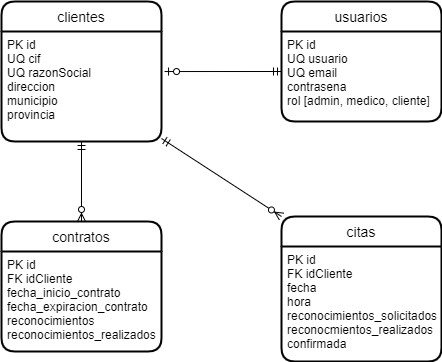
The draw.io diagram drawio/relacional.png in rubenfgr/gestion-citas-medicas, before a commit. Source tidied: cells renumbered, new cells last; positions are measured from the earlier drawing's top-left corner, leaving out a move shared by most shapes. Source of this version:
```xml
<mxGraphModel>
  <root>
    <mxCell id="0" />
    <mxCell id="1" parent="0" />
    <mxCell id="2" value="clientes" style="swimlane;horizontal=1;startSize=30;rounded=1;fontSize=14;fontStyle=0;strokeWidth=2;shadow=0;dashed=0;align=center;" parent="1" vertex="1">
      <mxGeometry width="160" height="140" as="geometry" />
    </mxCell>
    <mxCell id="3" value="PK id&#10;UQ cif&#10;UQ razonSocial&#10;direccion&#10;municipio&#10;provincia" style="align=left;strokeColor=none;fillColor=none;spacingLeft=4;fontSize=12;verticalAlign=top;" parent="2" vertex="1">
      <mxGeometry y="30" width="160" height="110" as="geometry" />
    </mxCell>
    <mxCell id="4" style="edgeStyle=orthogonalEdgeStyle;rounded=0;jettySize=auto;html=1;entryX=1.019;entryY=0.364;entryDx=0;entryDy=0;startArrow=ERmandOne;startFill=0;endArrow=ERzeroToOne;endFill=1;entryPerimeter=0;" parent="1" edge="1" target="3">
      <mxGeometry relative="1" as="geometry">
        <mxPoint x="280" y="70" as="sourcePoint" />
      </mxGeometry>
    </mxCell>
    <mxCell id="5" value="usuarios" style="swimlane;horizontal=1;startSize=30;rounded=1;fontSize=14;fontStyle=0;strokeWidth=2;shadow=0;dashed=0;align=center;" parent="1" vertex="1">
      <mxGeometry x="280" width="160" height="120" as="geometry" />
    </mxCell>
    <mxCell id="6" value="PK id&#10;UQ usuario&#10;UQ email&#10;contrasena&#10;rol [admin, medico, cliente]" style="align=left;strokeColor=none;fillColor=none;spacingLeft=4;fontSize=12;verticalAlign=top;" parent="5" vertex="1">
      <mxGeometry y="30" width="160" height="90" as="geometry" />
    </mxCell>
    <mxCell id="7" value="contratos" style="swimlane;horizontal=1;startSize=30;rounded=1;fontSize=14;fontStyle=0;strokeWidth=2;shadow=0;dashed=0;align=center;" parent="1" vertex="1">
      <mxGeometry y="220" width="160" height="130" as="geometry" />
    </mxCell>
    <mxCell id="8" value="PK id&#10;FK idCliente&#10;fecha_inicio_contrato&#10;fecha_expiracion_contrato&#10;reconocimientos&#10;reconocimientos_realizados" style="align=left;strokeColor=none;fillColor=none;spacingLeft=4;fontSize=12;verticalAlign=top;" parent="7" vertex="1">
      <mxGeometry y="30" width="160" height="100" as="geometry" />
    </mxCell>
    <mxCell id="9" style="edgeStyle=orthogonalEdgeStyle;rounded=0;jettySize=auto;html=1;entryX=0.5;entryY=0;entryDx=0;entryDy=0;startArrow=ERmandOne;startFill=0;endArrow=ERzeroToMany;endFill=1;" parent="1" edge="1" source="3" target="7">
      <mxGeometry relative="1" as="geometry" />
    </mxCell>
    <mxCell id="10" value="citas" style="swimlane;horizontal=1;startSize=30;rounded=1;fontSize=14;fontStyle=0;strokeWidth=2;shadow=0;dashed=0;align=center;" parent="1" vertex="1">
      <mxGeometry x="280" y="215" width="160" height="145" as="geometry" />
    </mxCell>
    <mxCell id="11" value="PK id&#10;FK idCliente&#10;fecha&#10;hora&#10;reconocimientos_solicitados&#10;reconocmientos_realizados&#10;confirmada" style="align=left;strokeColor=none;fillColor=none;spacingLeft=4;fontSize=12;verticalAlign=top;" parent="10" vertex="1">
      <mxGeometry y="30" width="160" height="115" as="geometry" />
    </mxCell>
    <mxCell id="12" style="rounded=0;jettySize=auto;html=1;entryX=0;entryY=0;entryDx=0;entryDy=0;startArrow=ERmandOne;startFill=0;endArrow=ERzeroToMany;endFill=1;" parent="1" edge="1" source="3" target="10">
      <mxGeometry relative="1" as="geometry" />
    </mxCell>
  </root>
</mxGraphModel>
```
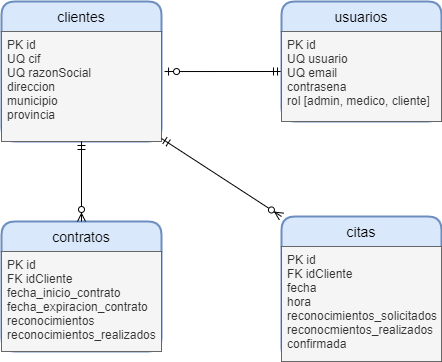
After the change.

Diff of the diagram source:
```diff
@@ -2,10 +2,10 @@
   <root>
     <mxCell id="0" />
     <mxCell id="1" parent="0" />
-    <mxCell id="2" value="clientes" style="swimlane;horizontal=1;startSize=30;rounded=1;fontSize=14;fontStyle=0;strokeWidth=2;shadow=0;dashed=0;align=center;" parent="1" vertex="1">
+    <mxCell id="2" value="clientes" style="swimlane;horizontal=1;startSize=30;rounded=1;fontSize=14;fontStyle=0;strokeWidth=2;shadow=0;dashed=0;align=center;swimlaneLine=0;fillColor=#dae8fc;strokeColor=#6c8ebf;" parent="1" vertex="1">
       <mxGeometry width="160" height="140" as="geometry" />
     </mxCell>
-    <mxCell id="3" value="PK id&#10;UQ cif&#10;UQ razonSocial&#10;direccion&#10;municipio&#10;provincia" style="align=left;strokeColor=none;fillColor=none;spacingLeft=4;fontSize=12;verticalAlign=top;" parent="2" vertex="1">
+    <mxCell id="3" value="PK id&#10;UQ cif&#10;UQ razonSocial&#10;direccion&#10;municipio&#10;provincia" style="align=left;spacingLeft=4;fontSize=12;verticalAlign=top;fillColor=#f5f5f5;strokeColor=#666666;fontColor=#333333;" parent="2" vertex="1">
       <mxGeometry y="30" width="160" height="110" as="geometry" />
     </mxCell>
     <mxCell id="4" style="edgeStyle=orthogonalEdgeStyle;rounded=0;jettySize=auto;html=1;entryX=1.019;entryY=0.364;entryDx=0;entryDy=0;startArrow=ERmandOne;startFill=0;endArrow=ERzeroToOne;endFill=1;entryPerimeter=0;" parent="1" edge="1" target="3">
@@ -13,25 +13,25 @@
         <mxPoint x="280" y="70" as="sourcePoint" />
       </mxGeometry>
     </mxCell>
-    <mxCell id="5" value="usuarios" style="swimlane;horizontal=1;startSize=30;rounded=1;fontSize=14;fontStyle=0;strokeWidth=2;shadow=0;dashed=0;align=center;" parent="1" vertex="1">
+    <mxCell id="5" value="usuarios" style="swimlane;horizontal=1;startSize=30;rounded=1;fontSize=14;fontStyle=0;strokeWidth=2;shadow=0;dashed=0;align=center;fillColor=#dae8fc;strokeColor=#6c8ebf;swimlaneLine=0;" parent="1" vertex="1">
       <mxGeometry x="280" width="160" height="120" as="geometry" />
     </mxCell>
-    <mxCell id="6" value="PK id&#10;UQ usuario&#10;UQ email&#10;contrasena&#10;rol [admin, medico, cliente]" style="align=left;strokeColor=none;fillColor=none;spacingLeft=4;fontSize=12;verticalAlign=top;" parent="5" vertex="1">
+    <mxCell id="6" value="PK id&#10;UQ usuario&#10;UQ email&#10;contrasena&#10;rol [admin, medico, cliente]" style="align=left;spacingLeft=4;fontSize=12;verticalAlign=top;fillColor=#f5f5f5;strokeColor=#666666;fontColor=#333333;" parent="5" vertex="1">
       <mxGeometry y="30" width="160" height="90" as="geometry" />
     </mxCell>
-    <mxCell id="7" value="contratos" style="swimlane;horizontal=1;startSize=30;rounded=1;fontSize=14;fontStyle=0;strokeWidth=2;shadow=0;dashed=0;align=center;" parent="1" vertex="1">
+    <mxCell id="7" value="contratos" style="swimlane;horizontal=1;startSize=30;rounded=1;fontSize=14;fontStyle=0;strokeWidth=2;shadow=0;dashed=0;align=center;swimlaneLine=0;fillColor=#dae8fc;strokeColor=#6c8ebf;" parent="1" vertex="1">
       <mxGeometry y="220" width="160" height="130" as="geometry" />
     </mxCell>
-    <mxCell id="8" value="PK id&#10;FK idCliente&#10;fecha_inicio_contrato&#10;fecha_expiracion_contrato&#10;reconocimientos&#10;reconocimientos_realizados" style="align=left;strokeColor=none;fillColor=none;spacingLeft=4;fontSize=12;verticalAlign=top;" parent="7" vertex="1">
+    <mxCell id="8" value="PK id&#10;FK idCliente&#10;fecha_inicio_contrato&#10;fecha_expiracion_contrato&#10;reconocimientos&#10;reconocimientos_realizados" style="align=left;spacingLeft=4;fontSize=12;verticalAlign=top;fillColor=#f5f5f5;strokeColor=#666666;fontColor=#333333;" parent="7" vertex="1">
       <mxGeometry y="30" width="160" height="100" as="geometry" />
     </mxCell>
     <mxCell id="9" style="edgeStyle=orthogonalEdgeStyle;rounded=0;jettySize=auto;html=1;entryX=0.5;entryY=0;entryDx=0;entryDy=0;startArrow=ERmandOne;startFill=0;endArrow=ERzeroToMany;endFill=1;" parent="1" edge="1" source="3" target="7">
       <mxGeometry relative="1" as="geometry" />
     </mxCell>
-    <mxCell id="10" value="citas" style="swimlane;horizontal=1;startSize=30;rounded=1;fontSize=14;fontStyle=0;strokeWidth=2;shadow=0;dashed=0;align=center;" parent="1" vertex="1">
+    <mxCell id="10" value="citas" style="swimlane;horizontal=1;startSize=30;rounded=1;fontSize=14;fontStyle=0;strokeWidth=2;shadow=0;dashed=0;align=center;fillColor=#dae8fc;strokeColor=#6c8ebf;swimlaneLine=0;" parent="1" vertex="1">
       <mxGeometry x="280" y="215" width="160" height="145" as="geometry" />
     </mxCell>
-    <mxCell id="11" value="PK id&#10;FK idCliente&#10;fecha&#10;hora&#10;reconocimientos_solicitados&#10;reconocmientos_realizados&#10;confirmada" style="align=left;strokeColor=none;fillColor=none;spacingLeft=4;fontSize=12;verticalAlign=top;" parent="10" vertex="1">
+    <mxCell id="11" value="PK id&#10;FK idCliente&#10;fecha&#10;hora&#10;reconocimientos_solicitados&#10;reconocmientos_realizados&#10;confirmada" style="align=left;spacingLeft=4;fontSize=12;verticalAlign=top;fillColor=#f5f5f5;strokeColor=#666666;fontColor=#333333;rounded=0;glass=0;" parent="10" vertex="1">
       <mxGeometry y="30" width="160" height="115" as="geometry" />
     </mxCell>
     <mxCell id="12" style="rounded=0;jettySize=auto;html=1;entryX=0;entryY=0;entryDx=0;entryDy=0;startArrow=ERmandOne;startFill=0;endArrow=ERzeroToMany;endFill=1;" parent="1" edge="1" source="3" target="10">
```
